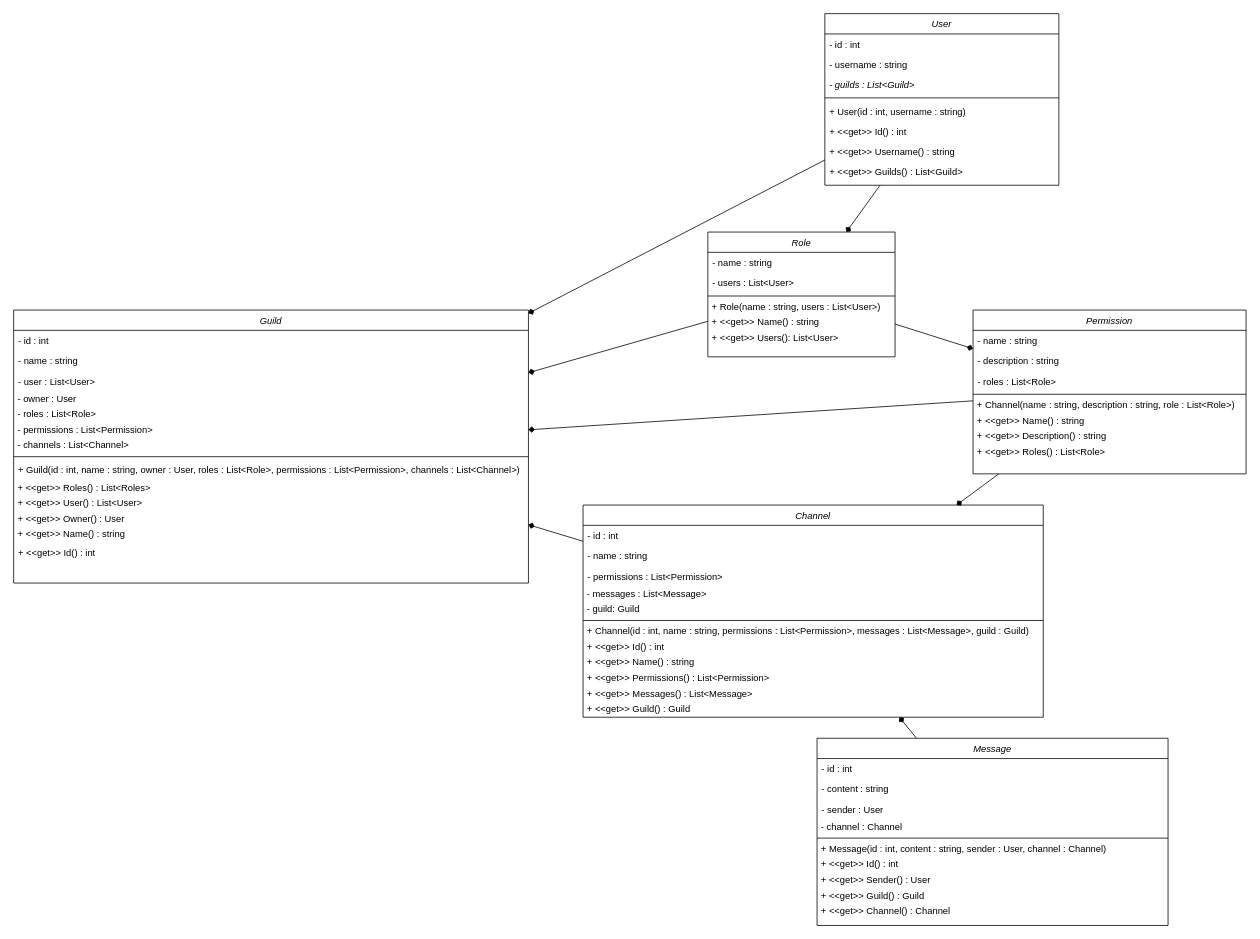
Earlier version of the draw.io diagram Doc/ClassDiagramme.drawio (R0kkxSynetique/Droxid). Source tidied: cells renumbered, new cells numbered last; positions are measured from the earlier drawing's top-left corner, leaving out a move shared by most shapes. Both pictures are drawn from the tidied source at 78%, with x=0, y=0 at pixel (13, 13).
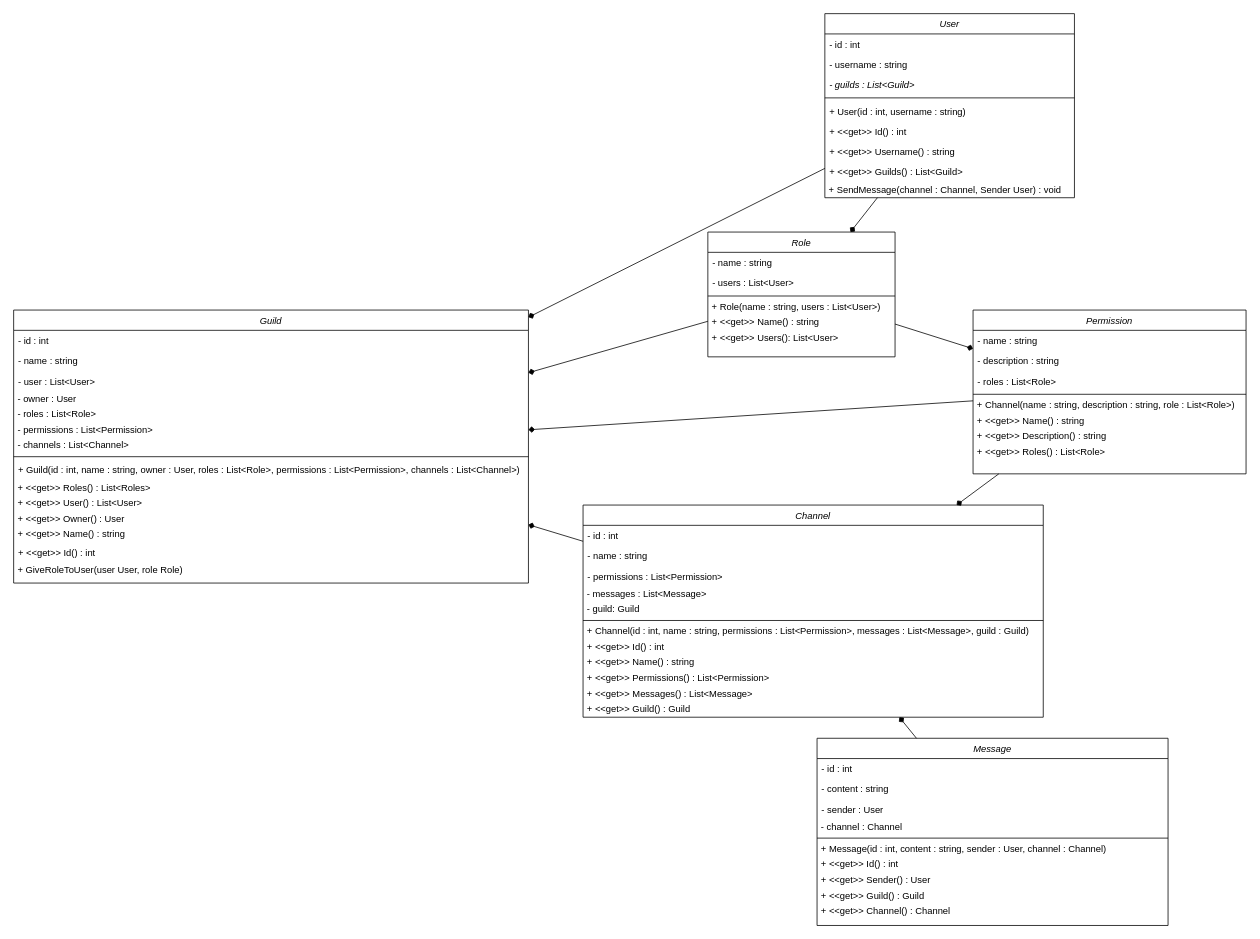
Above is the later version.

Commit message (it also covers changes not shown here):
diagramme de classe updated

Unchanged cells that the change refers to:
```xml
<mxCell id="2" value="Guild" style="swimlane;fontStyle=2;align=center;verticalAlign=top;horizontal=1;startSize=26;rounded=0;shadow=0;strokeWidth=1;" parent="1" vertex="1">
  <mxGeometry y="380" width="660" height="350" as="geometry" />
</mxCell>
```

The edit, as a diff of the source:
```diff
@@
+    <mxCell id="74" value="&amp;nbsp;+ GiveRoleToUser(user User, role Role)" style="text;html=1;align=left;verticalAlign=middle;strokeColor=none;" parent="2" vertex="1">
+      <mxGeometry y="324" width="660" height="20" as="geometry" />
+    </mxCell>
     <mxCell id="17" value="User" style="swimlane;fontStyle=2;align=center;verticalAlign=top;horizontal=1;startSize=26;rounded=0;shadow=0;strokeWidth=1;" parent="1" vertex="1">
-      <mxGeometry x="1040" width="300" height="220" as="geometry" />
+      <mxGeometry x="1040" width="320" height="236" as="geometry" />
     </mxCell>
     <mxCell id="18" value="- id : int" style="text;align=left;verticalAlign=top;spacingLeft=4;spacingRight=4;overflow=hidden;" parent="17" vertex="1">
-      <mxGeometry y="26" width="300" height="26" as="geometry" />
+      <mxGeometry y="26" width="320" height="26" as="geometry" />
     </mxCell>
     <mxCell id="19" value="- username : string" style="text;align=left;verticalAlign=top;spacingLeft=4;spacingRight=4;overflow=hidden;rounded=0;shadow=0;html=0;" parent="17" vertex="1">
-      <mxGeometry y="52" width="300" height="26" as="geometry" />
+      <mxGeometry y="52" width="320" height="26" as="geometry" />
     </mxCell>
     <mxCell id="20" value="- guilds : List&lt;Guild&gt;" style="text;align=left;verticalAlign=top;spacingLeft=4;spacingRight=4;overflow=hidden;rounded=0;shadow=0;html=0;fontStyle=2;" parent="17" vertex="1">
-      <mxGeometry y="78" width="300" height="26" as="geometry" />
+      <mxGeometry y="78" width="320" height="26" as="geometry" />
     </mxCell>
     <mxCell id="21" style="line;html=1;strokeWidth=1;align=left;verticalAlign=middle;spacingTop=-1;spacingLeft=3;spacingRight=3;labelPosition=right;" parent="17" vertex="1">
-      <mxGeometry y="104" width="300" height="8" as="geometry" />
+      <mxGeometry y="104" width="320" height="8" as="geometry" />
     </mxCell>
     <mxCell id="22" value="+ User(id : int, username : string)" style="text;align=left;verticalAlign=top;spacingLeft=4;spacingRight=4;overflow=hidden;" parent="17" vertex="1">
-      <mxGeometry y="112" width="300" height="26" as="geometry" />
+      <mxGeometry y="112" width="320" height="26" as="geometry" />
     </mxCell>
     <mxCell id="23" value="+ &lt;&lt;get&gt;&gt; Id() : int" style="text;align=left;verticalAlign=top;spacingLeft=4;spacingRight=4;overflow=hidden;" parent="17" vertex="1">
-      <mxGeometry y="138" width="300" height="26" as="geometry" />
+      <mxGeometry y="138" width="320" height="26" as="geometry" />
     </mxCell>
     <mxCell id="24" value="+ &lt;&lt;get&gt;&gt; Username() : string" style="text;align=left;verticalAlign=top;spacingLeft=4;spacingRight=4;overflow=hidden;" parent="17" vertex="1">
-      <mxGeometry y="164" width="300" height="26" as="geometry" />
+      <mxGeometry y="164" width="320" height="26" as="geometry" />
     </mxCell>
     <mxCell id="25" value="+ &lt;&lt;get&gt;&gt; Guilds() : List&lt;Guild&gt;" style="text;align=left;verticalAlign=top;spacingLeft=4;spacingRight=4;overflow=hidden;" parent="17" vertex="1">
-      <mxGeometry y="190" width="300" height="26" as="geometry" />
+      <mxGeometry y="190" width="320" height="26" as="geometry" />
     </mxCell>
+    <mxCell id="75" value="&amp;nbsp;+ SendMessage(channel : Channel, Sender User) : void" style="text;html=1;align=left;verticalAlign=middle;strokeColor=none;" parent="17" vertex="1">
+      <mxGeometry y="216" width="320" height="20" as="geometry" />
+    </mxCell>
```
